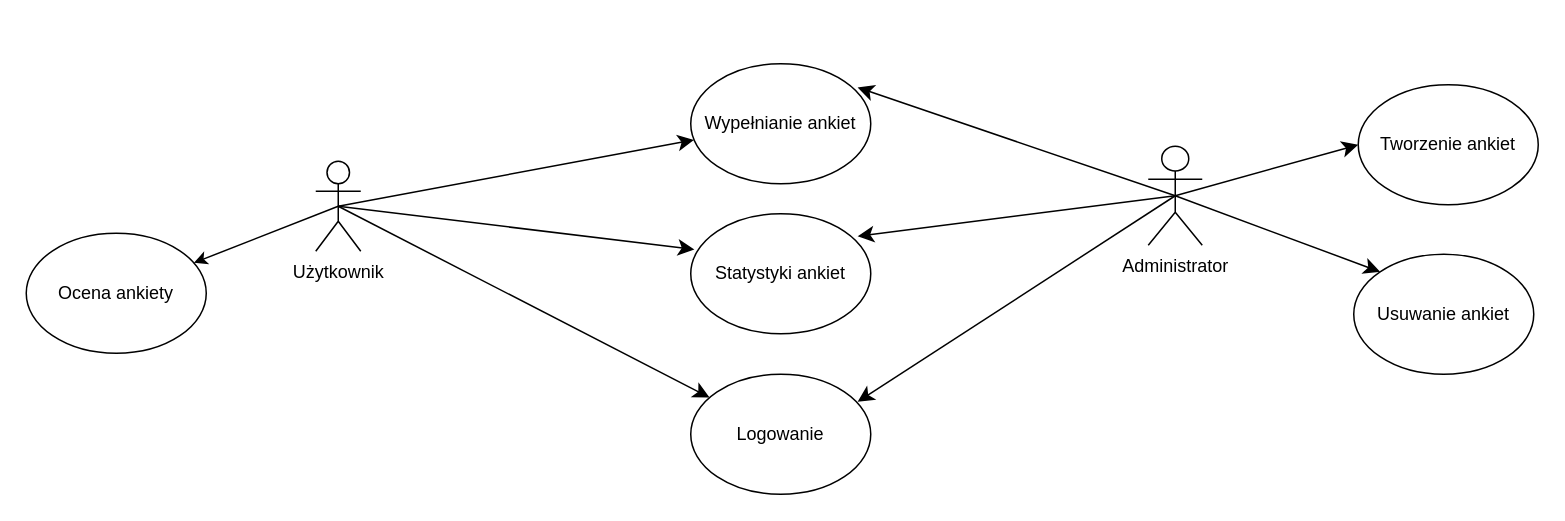
Before: sekwencji.drawio in MartynaSzymanskaGitHub/projekt_ankiety, a draw.io diagram. Source tidied: cells renumbered, new cells numbered last; positions are measured from the earlier drawing's top-left corner, leaving out a move shared by most shapes. Both pictures are drawn from the tidied source at 150%, with x=0, y=0 at pixel (26, 63).
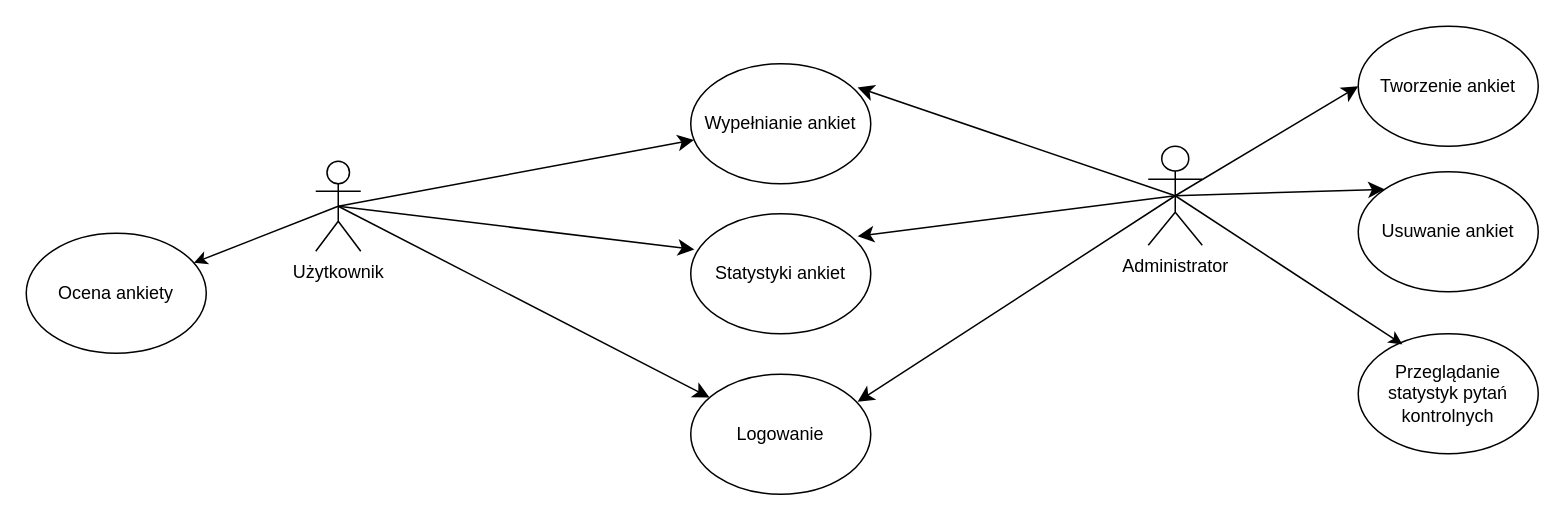
The same diagram, later.

What changed in the source:
```diff
@@
     <mxCell id="13" value="Tworzenie ankiet" style="ellipse;whiteSpace=wrap;html=1;" parent="1" vertex="1">
-      <mxGeometry x="888" y="14" width="120" height="80" as="geometry" />
+      <mxGeometry x="888" y="-25" width="120" height="80" as="geometry" />
     </mxCell>
     <mxCell id="14" value="Usuwanie ankiet" style="ellipse;whiteSpace=wrap;html=1;" parent="1" vertex="1">
-      <mxGeometry x="885" y="127" width="120" height="80" as="geometry" />
+      <mxGeometry x="888" y="72" width="120" height="80" as="geometry" />
     </mxCell>
@@
+    <mxCell id="19" value="Przeglądanie statystyk pytań kontrolnych" style="ellipse;whiteSpace=wrap;html=1;" parent="1" vertex="1">
+      <mxGeometry x="888" y="180" width="120" height="80" as="geometry" />
+    </mxCell>
+    <mxCell id="20" style="endArrow=classic;html=1;rounded=0;entryX=0.245;entryY=0.088;entryDx=0;entryDy=0;entryPerimeter=0;" parent="1" edge="1" target="19">
+      <mxGeometry relative="1" as="geometry">
+        <mxPoint x="766" y="88" as="sourcePoint" />
+      </mxGeometry>
+    </mxCell>
```
